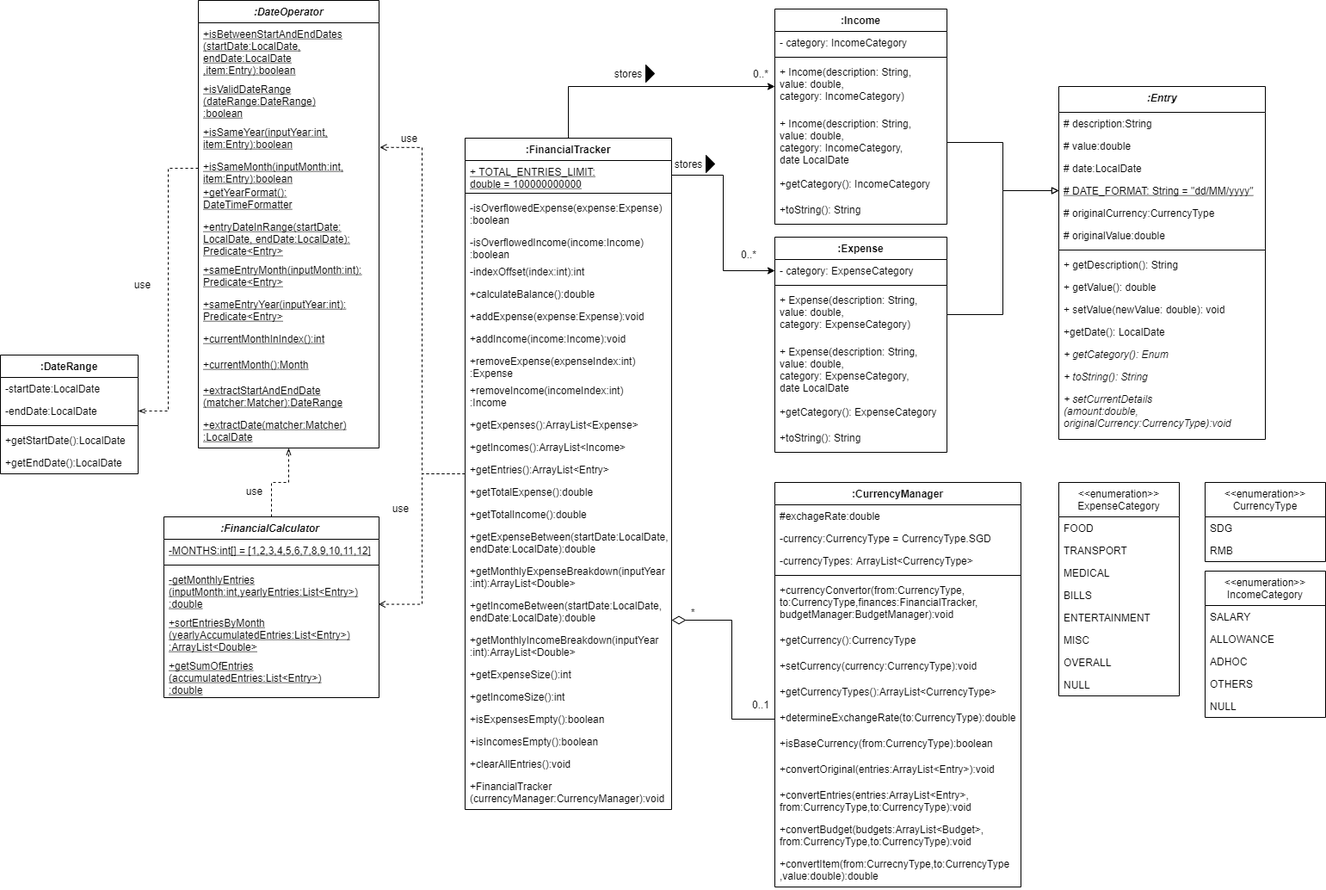
The draw.io diagram docs/FinancialTrackerCD.drawio.png in nus-cs2113-AY2122S1/tp, before a commit. Source tidied: cells renumbered, new cells last; positions are measured from the earlier drawing's top-left corner, leaving out a move shared by most shapes.
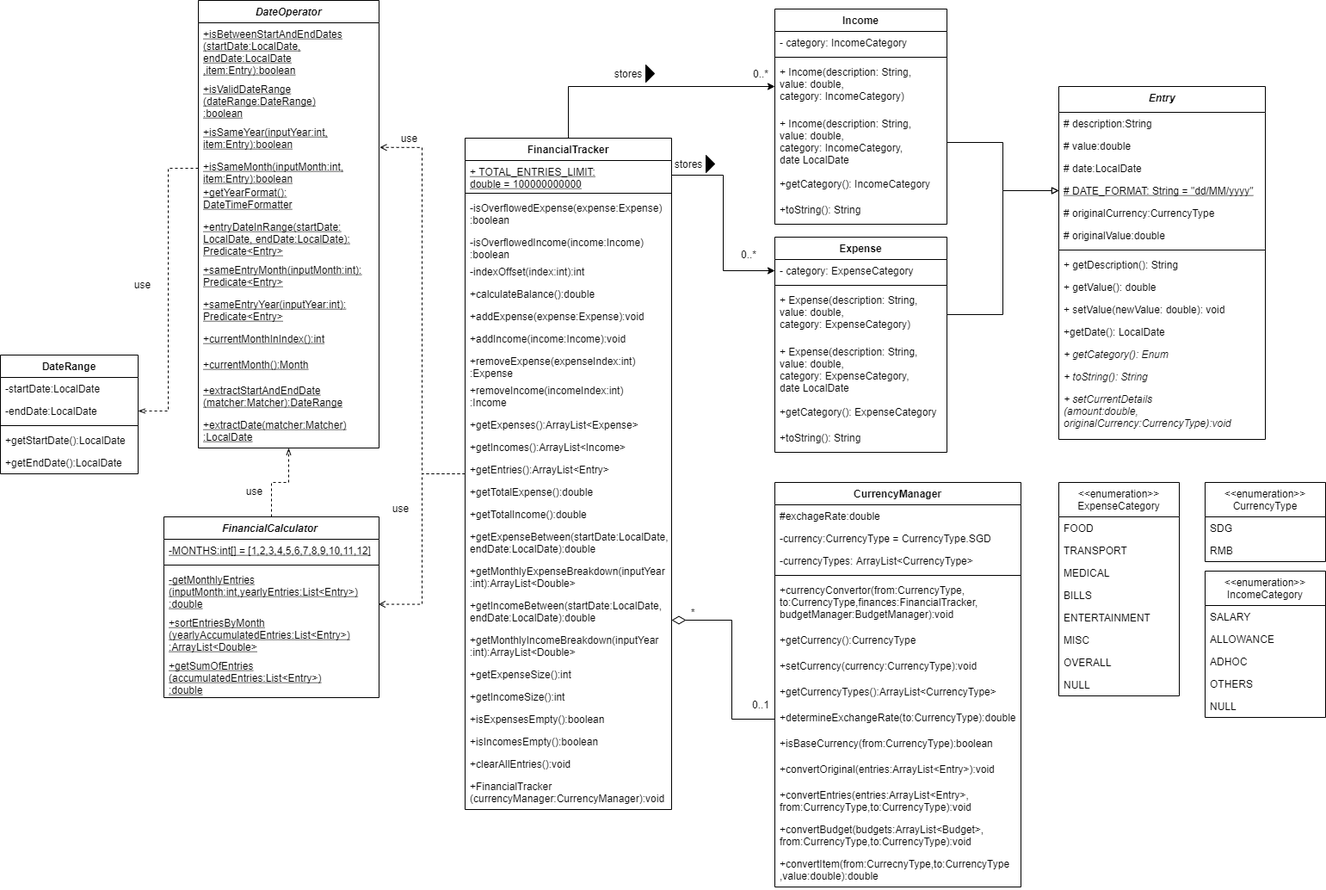
Above is the later version.

Diff of the diagram source:
```diff
@@ -11,7 +11,7 @@
     <mxCell id="4" style="edgeStyle=orthogonalEdgeStyle;rounded=0;jettySize=auto;html=1;entryX=1.004;entryY=0.769;entryDx=0;entryDy=0;entryPerimeter=0;fontColor=#000000;endArrow=open;endFill=0;dashed=1;" parent="1" edge="1" source="5" target="81">
       <mxGeometry relative="1" as="geometry" />
     </mxCell>
-    <mxCell id="5" value=":FinancialTracker" style="swimlane;fontStyle=1;align=center;verticalAlign=top;horizontal=1;startSize=26;fontColor=none;" parent="1" vertex="1">
+    <mxCell id="5" value="FinancialTracker" style="swimlane;fontStyle=1;align=center;verticalAlign=top;horizontal=1;startSize=26;fontColor=none;" parent="1" vertex="1">
       <mxGeometry x="540" y="160" width="240" height="780" as="geometry" />
     </mxCell>
     <mxCell id="6" value="+ TOTAL_ENTRIES_LIMIT:&#10;double = 100000000000" style="text;strokeColor=none;fillColor=none;align=left;verticalAlign=top;spacingLeft=4;spacingRight=4;overflow=hidden;points=[[0,0.5],[1,0.5]];portConstraint=eastwest;fontColor=none;fontStyle=4;" parent="5" vertex="1">
@@ -89,7 +89,7 @@
     <mxCell id="30" value="+FinancialTracker&#10;(currencyManager:CurrencyManager):void" style="text;strokeColor=none;fillColor=none;align=left;verticalAlign=top;spacingLeft=4;spacingRight=4;overflow=hidden;fontColor=none;" parent="5" vertex="1">
       <mxGeometry y="740" width="240" height="40" as="geometry" />
     </mxCell>
-    <mxCell id="31" value=":Expense" style="swimlane;fontStyle=1;align=center;verticalAlign=top;horizontal=1;startSize=26;fontColor=none;" parent="1" vertex="1">
+    <mxCell id="31" value="Expense" style="swimlane;fontStyle=1;align=center;verticalAlign=top;horizontal=1;startSize=26;fontColor=none;" parent="1" vertex="1">
       <mxGeometry x="900" y="275" width="200" height="250" as="geometry" />
     </mxCell>
     <mxCell id="32" value="- category: ExpenseCategory" style="text;strokeColor=none;fillColor=none;align=left;verticalAlign=top;spacingLeft=4;spacingRight=4;overflow=hidden;points=[[0,0.5],[1,0.5]];portConstraint=eastwest;fontColor=none;" parent="31" vertex="1">
@@ -110,7 +110,7 @@
     <mxCell id="37" value="+toString(): String" style="text;strokeColor=none;fillColor=none;align=left;verticalAlign=top;spacingLeft=4;spacingRight=4;overflow=hidden;fontColor=none;" parent="31" vertex="1">
       <mxGeometry y="220" width="200" height="30" as="geometry" />
     </mxCell>
-    <mxCell id="38" value=":Entry" style="swimlane;fontStyle=3;align=center;verticalAlign=top;horizontal=1;startSize=30;fontColor=#000000;" parent="1" vertex="1">
+    <mxCell id="38" value="Entry" style="swimlane;fontStyle=3;align=center;verticalAlign=top;horizontal=1;startSize=30;fontColor=#000000;" parent="1" vertex="1">
       <mxGeometry x="1230" y="100" width="240" height="410" as="geometry" />
     </mxCell>
     <mxCell id="39" value="# description:String" style="text;strokeColor=none;fillColor=none;align=left;verticalAlign=top;spacingLeft=4;spacingRight=4;overflow=hidden;fontColor=none;" parent="38" vertex="1">
@@ -203,7 +203,7 @@
     <mxCell id="68" value="NULL" style="text;strokeColor=none;fillColor=none;align=left;verticalAlign=top;spacingLeft=4;spacingRight=4;overflow=hidden;fontColor=none;" parent="63" vertex="1">
       <mxGeometry y="144" width="140" height="26" as="geometry" />
     </mxCell>
-    <mxCell id="69" value=":Income" style="swimlane;fontStyle=1;align=center;verticalAlign=top;horizontal=1;startSize=26;fontColor=none;" parent="1" vertex="1">
+    <mxCell id="69" value="Income" style="swimlane;fontStyle=1;align=center;verticalAlign=top;horizontal=1;startSize=26;fontColor=none;" parent="1" vertex="1">
       <mxGeometry x="900" y="10" width="200" height="250" as="geometry" />
     </mxCell>
     <mxCell id="70" value="- category: IncomeCategory" style="text;strokeColor=none;fillColor=none;align=left;verticalAlign=top;spacingLeft=4;spacingRight=4;overflow=hidden;fontColor=none;" parent="69" vertex="1">
@@ -230,7 +230,7 @@
     <mxCell id="77" style="edgeStyle=orthogonalEdgeStyle;rounded=0;jettySize=auto;html=1;entryX=0;entryY=0.5;entryDx=0;entryDy=0;fontColor=#FF1212;endArrow=block;endFill=0;" parent="1" edge="1" source="34" target="42">
       <mxGeometry relative="1" as="geometry" />
     </mxCell>
-    <mxCell id="78" value=":DateOperator" style="swimlane;fontStyle=3;horizontal=1;startSize=26;fillColor=none;fontColor=#000000;" parent="1" vertex="1">
+    <mxCell id="78" value="DateOperator" style="swimlane;fontStyle=3;horizontal=1;startSize=26;fillColor=none;fontColor=#000000;" parent="1" vertex="1">
       <mxGeometry x="230" width="210" height="520" as="geometry" />
     </mxCell>
     <mxCell id="79" value="+isBetweenStartAndEndDates&#10;(startDate:LocalDate,&#10;endDate:LocalDate&#10;,item:Entry):boolean&#10;" style="text;strokeColor=none;fillColor=none;align=left;verticalAlign=top;spacingLeft=4;spacingRight=4;overflow=hidden;fontColor=#000000;fontStyle=4;" parent="78" vertex="1">
@@ -272,7 +272,7 @@
     <mxCell id="91" style="edgeStyle=orthogonalEdgeStyle;rounded=0;jettySize=auto;html=1;exitX=0.5;exitY=0;exitDx=0;exitDy=0;dashed=1;endArrow=openThin;endFill=0;entryX=0.5;entryY=1;entryDx=0;entryDy=0;entryPerimeter=0;" parent="1" edge="1" source="92" target="90">
       <mxGeometry relative="1" as="geometry" />
     </mxCell>
-    <mxCell id="92" value=":FinancialCalculator " style="swimlane;fontStyle=3;align=center;verticalAlign=top;horizontal=1;startSize=26;fontColor=#000000;" parent="1" vertex="1">
+    <mxCell id="92" value="FinancialCalculator " style="swimlane;fontStyle=3;align=center;verticalAlign=top;horizontal=1;startSize=26;fontColor=#000000;" parent="1" vertex="1">
       <mxGeometry x="190" y="600" width="250" height="210" as="geometry" />
     </mxCell>
     <mxCell id="93" value="-MONTHS:int[] = [1,2,3,4,5,6,7,8,9,10,11,12]" style="text;strokeColor=none;fillColor=none;align=left;verticalAlign=top;spacingLeft=4;spacingRight=4;overflow=hidden;fontColor=#000000;fontStyle=4;" parent="92" vertex="1">
@@ -314,7 +314,7 @@
     <mxCell id="105" value="use" style="text;html=1;align=center;verticalAlign=middle;strokeColor=none;fillColor=none;fontColor=#000000;" parent="1" vertex="1">
       <mxGeometry x="450" y="580" width="30" height="20" as="geometry" />
     </mxCell>
-    <mxCell id="106" value=":DateRange" style="swimlane;fontStyle=1;align=center;verticalAlign=top;horizontal=1;startSize=26;" parent="1" vertex="1">
+    <mxCell id="106" value="DateRange" style="swimlane;fontStyle=1;align=center;verticalAlign=top;horizontal=1;startSize=26;" parent="1" vertex="1">
       <mxGeometry y="412" width="160" height="138" as="geometry" />
     </mxCell>
     <mxCell id="107" value="-startDate:LocalDate" style="text;strokeColor=none;fillColor=none;align=left;verticalAlign=top;spacingLeft=4;spacingRight=4;overflow=hidden;" parent="106" vertex="1">
@@ -341,7 +341,7 @@
     <mxCell id="114" value="use" style="text;html=1;align=center;verticalAlign=middle;strokeColor=none;fillColor=none;fontColor=#000000;" parent="1" vertex="1">
       <mxGeometry x="280" y="560" width="30" height="20" as="geometry" />
     </mxCell>
-    <mxCell id="115" value=":CurrencyManager" style="swimlane;fontStyle=1;align=center;verticalAlign=top;horizontal=1;startSize=26;" parent="1" vertex="1">
+    <mxCell id="115" value="CurrencyManager" style="swimlane;fontStyle=1;align=center;verticalAlign=top;horizontal=1;startSize=26;" parent="1" vertex="1">
       <mxGeometry x="900" y="560" width="286" height="470" as="geometry" />
     </mxCell>
     <mxCell id="116" value="#exchageRate:double" style="text;strokeColor=none;fillColor=none;align=left;verticalAlign=top;spacingLeft=4;spacingRight=4;overflow=hidden;" parent="115" vertex="1">
```
